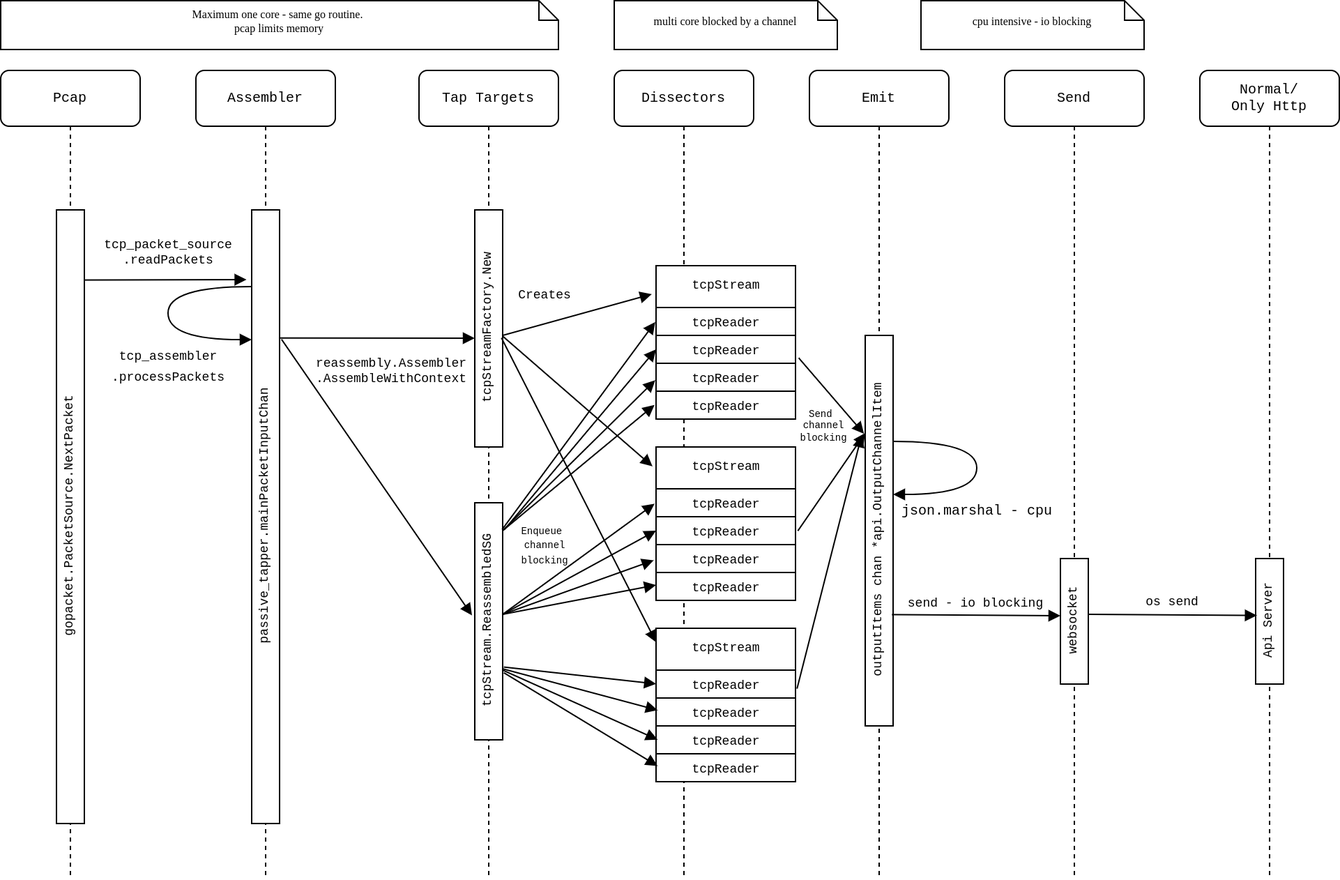
kubeshark/kubeshark keeps this draw.io diagram as performance_analysis/tapper-modes.png. Above is the earlier version. Source tidied: cells renumbered, new cells last; positions are measured from the earlier drawing's top-left corner, leaving out a move shared by most shapes.
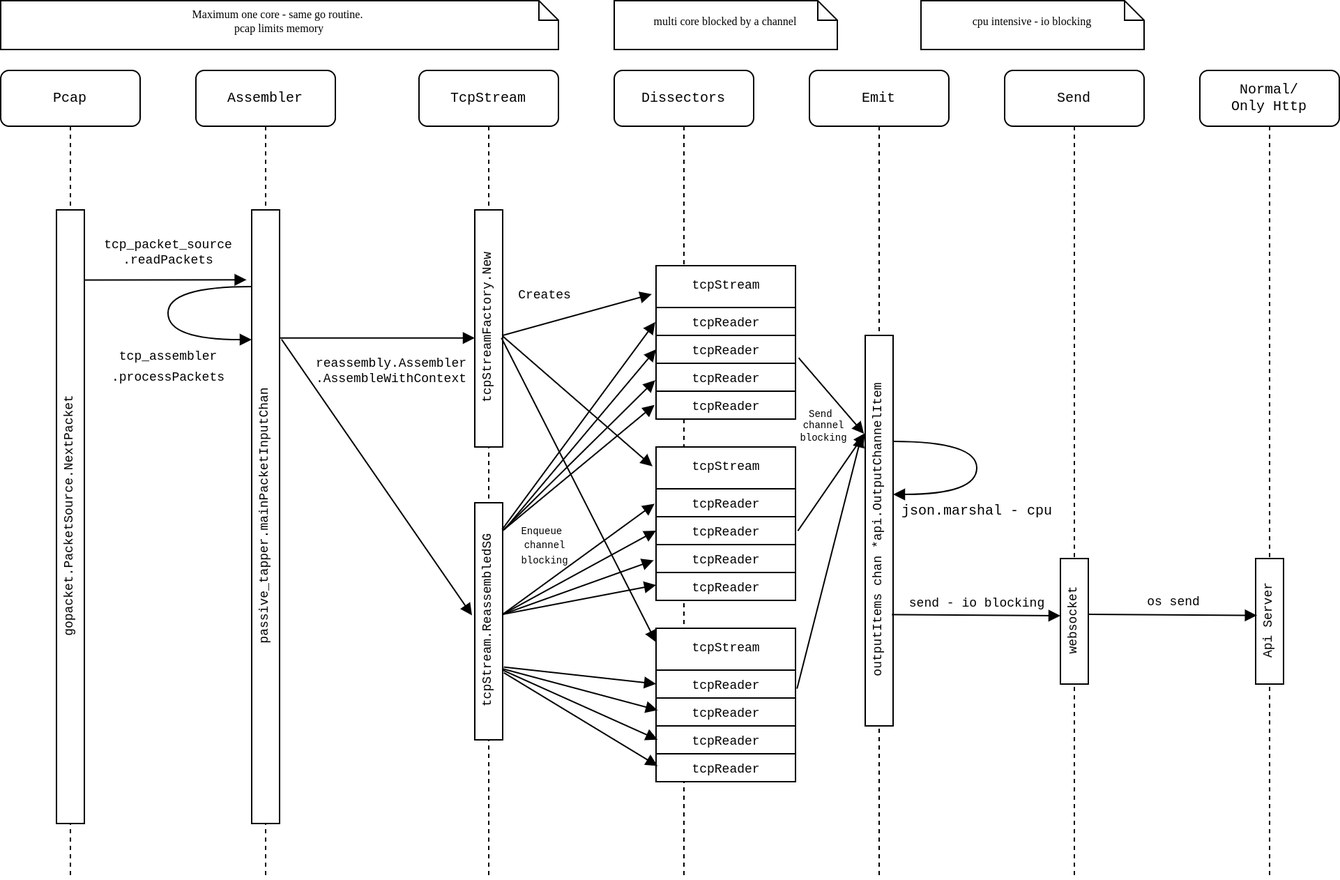
Above is the later version.

Change to the diagram source:
```diff
@@ -18,7 +18,7 @@
         </Array>
       </mxGeometry>
     </mxCell>
-    <mxCell id="5" value="Tap Targets" style="shape=umlLifeline;perimeter=lifelinePerimeter;whiteSpace=wrap;html=1;rounded=1;shadow=0;comic=0;labelBackgroundColor=none;strokeWidth=1;fontFamily=Courier New;fontSize=10;align=center;horizontal=1;" parent="1" vertex="1">
+    <mxCell id="5" value="TcpStream" style="shape=umlLifeline;perimeter=lifelinePerimeter;whiteSpace=wrap;html=1;rounded=1;shadow=0;comic=0;labelBackgroundColor=none;strokeWidth=1;fontFamily=Courier New;fontSize=10;align=center;horizontal=1;" parent="1" vertex="1">
       <mxGeometry x="300" y="50" width="100" height="580" as="geometry" />
     </mxCell>
     <mxCell id="6" value="&lt;font style=&quot;font-size: 9px;&quot;&gt;tcpStreamFactory.New&lt;/font&gt;" style="html=1;points=[];perimeter=orthogonalPerimeter;rounded=0;shadow=0;comic=0;labelBackgroundColor=none;strokeWidth=1;fontFamily=Courier New;fontSize=9;align=center;horizontal=0;" parent="5" vertex="1">
```
